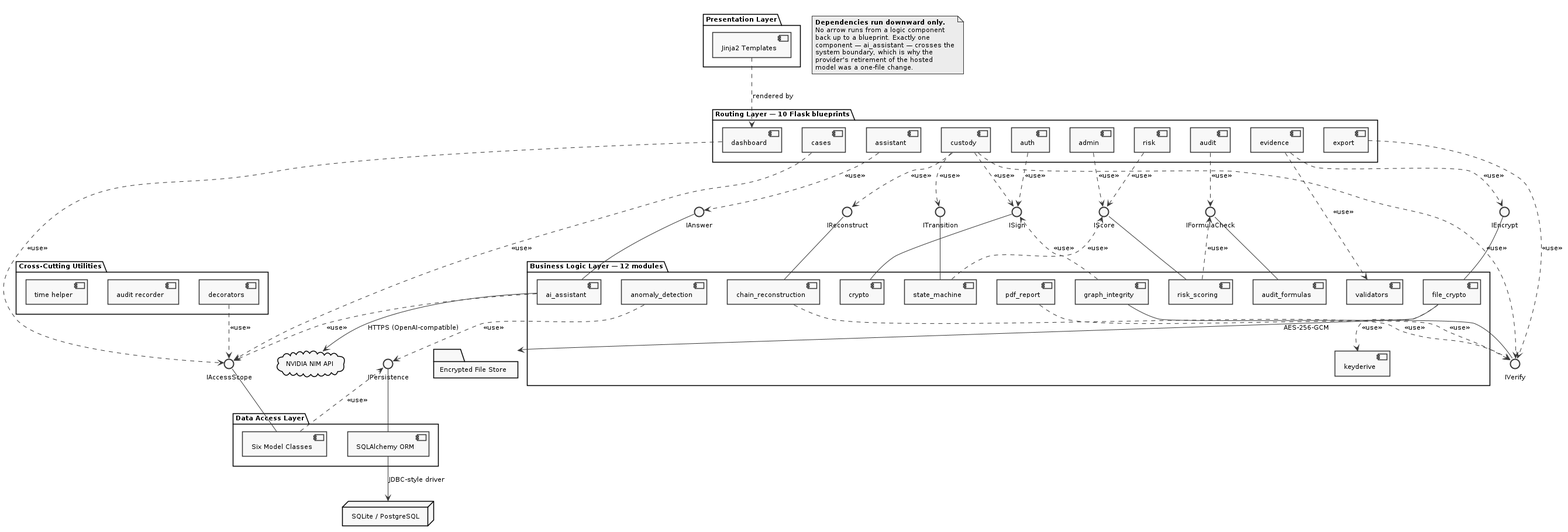
The PlantUML diagram diagrams_png/09_component.png in vidhyaharini0/DEICMS, before a commit.
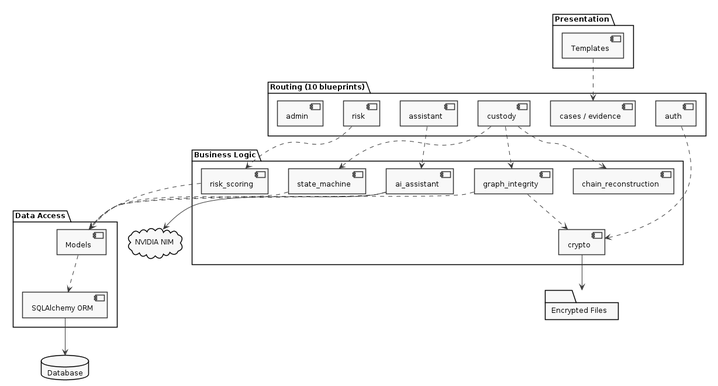
After the change.

What changed in the source:
```diff
@@ -2,118 +2,57 @@
 skinparam monochrome true
 skinparam shadowing false
 skinparam defaultFontName Arial
-skinparam defaultFontSize 11
+skinparam defaultFontSize 12
 skinparam backgroundColor white
 skinparam componentStyle uml2
 
-package "Presentation Layer" {
-  component "Jinja2 Templates" as TPL
+package "Presentation" {
+  [Templates]
 }
 
-package "Routing Layer — 10 Flask blueprints" {
-  component "auth"      as B_AUTH
-  component "cases"     as B_CASE
-  component "evidence"  as B_EV
-  component "custody"   as B_CUS
-  component "risk"      as B_RISK
-  component "audit"     as B_AUD
-  component "assistant" as B_AI
-  component "export"    as B_EXP
-  component "dashboard" as B_DASH
-  component "admin"     as B_ADM
+package "Routing (10 blueprints)" {
+  [auth]
+  [cases / evidence]
+  [custody]
+  [risk]
+  [assistant]
+  [admin]
 }
 
-package "Cross-Cutting Utilities" {
-  component "decorators" as U_DEC
-  component "audit recorder" as U_AUD
-  component "time helper" as U_TIME
+package "Business Logic" {
+  [graph_integrity]
+  [risk_scoring]
+  [chain_reconstruction]
+  [state_machine]
+  [ai_assistant]
+  [crypto]
 }
 
-package "Business Logic Layer — 12 modules" {
-  component "graph_integrity" as L_GI
-  component "risk_scoring" as L_RS
-  component "chain_reconstruction" as L_CR
-  component "state_machine" as L_SM
-  component "ai_assistant" as L_AI
-  component "anomaly_detection" as L_AD
-  component "audit_formulas" as L_AF
-  component "crypto" as L_CRY
-  component "file_crypto" as L_FC
-  component "pdf_report" as L_PDF
-  component "validators" as L_VAL
-  component "keyderive" as L_KD
+package "Data Access" {
+  [Models]
+  [SQLAlchemy ORM]
 }
 
-package "Data Access Layer" {
-  component "Six Model Classes" as MOD
-  component "SQLAlchemy ORM" as ORM
-}
+database "Database" as DB
+folder "Encrypted Files" as FS
+cloud "NVIDIA NIM" as NIM
 
-interface "IVerify" as I_VER
-interface "IScore" as I_SCO
-interface "IReconstruct" as I_REC
-interface "ITransition" as I_TRA
-interface "IAnswer" as I_ANS
-interface "ISign" as I_SIG
-interface "IEncrypt" as I_ENC
-interface "IFormulaCheck" as I_FRM
-interface "IAccessScope" as I_ACC
-interface "IPersistence" as I_PER
+[Templates] ..> [cases / evidence]
+[custody] ..> [graph_integrity]
+[custody] ..> [state_machine]
+[custody] ..> [chain_reconstruction]
+[risk] ..> [risk_scoring]
+[assistant] ..> [ai_assistant]
+[auth] ..> [crypto]
 
-L_GI  -up- I_VER
-L_RS  -up- I_SCO
-L_CR  -up- I_REC
-L_SM  -up- I_TRA
-L_AI  -up- I_ANS
-L_CRY -up- I_SIG
-L_FC  -up- I_ENC
-L_AF  -up- I_FRM
-MOD   -up- I_ACC
-ORM   -up- I_PER
+[graph_integrity] ..> [crypto]
+[graph_integrity] ..> [Models]
+[risk_scoring] ..> [Models]
+[state_machine] ..> [Models]
+[ai_assistant] ..> [Models]
+[ai_assistant] --> NIM
 
-B_CUS  ..>  I_VER   : <<use>>
-B_CUS  ..>  I_TRA   : <<use>>
-B_CUS  ..>  I_REC   : <<use>>
-B_CUS  ..>  I_SIG   : <<use>>
-B_RISK ..>  I_SCO   : <<use>>
-B_AUD  ..>  I_FRM   : <<use>>
-B_AI   ..>  I_ANS   : <<use>>
-B_EV   ..>  I_ENC   : <<use>>
-B_EXP  ..>  I_VER   : <<use>>
-B_AUTH ..>  I_SIG   : <<use>>
-
-L_GI   ..>  I_SIG   : <<use>>
-L_RS   ..>  I_FRM   : <<use>>
-L_SM   ..>  I_SCO   : <<use>>
-L_CR   ..>  I_VER   : <<use>>
-L_AI   ..>  I_ACC   : <<use>>
-L_AD   ..>  I_PER   : <<use>>
-L_PDF  ..>  I_VER   : <<use>>
-L_FC   ..>  L_KD    : <<use>>
-B_DASH ..>  I_ACC   : <<use>>
-U_DEC  ..>  I_ACC   : <<use>>
-MOD    ..>  I_PER   : <<use>>
-B_EV   ..>  L_VAL   : <<use>>
-
-TPL    ..>  B_DASH  : rendered by
-B_CASE ..>  I_ACC   : <<use>>
-B_ADM  ..>  I_SCO   : <<use>>
-
-node "SQLite / PostgreSQL" as DB
-folder "Encrypted File Store" as FS
-cloud "NVIDIA NIM API" as NIM
-
-ORM  --> DB  : JDBC-style driver
-L_FC --> FS  : AES-256-GCM
-L_AI --> NIM : HTTPS (OpenAI-compatible)
-
-note as N1
-  <b>Dependencies run downward only.</b>
-  No arrow runs from a logic component
-  back up to a blueprint. Exactly one
-  component — ai_assistant — crosses the
-  system boundary, which is why the
-  provider's retirement of the hosted
-  model was a one-file change.
-end note
+[Models] ..> [SQLAlchemy ORM]
+[SQLAlchemy ORM] --> DB
+[crypto] --> FS
 @enduml
```
